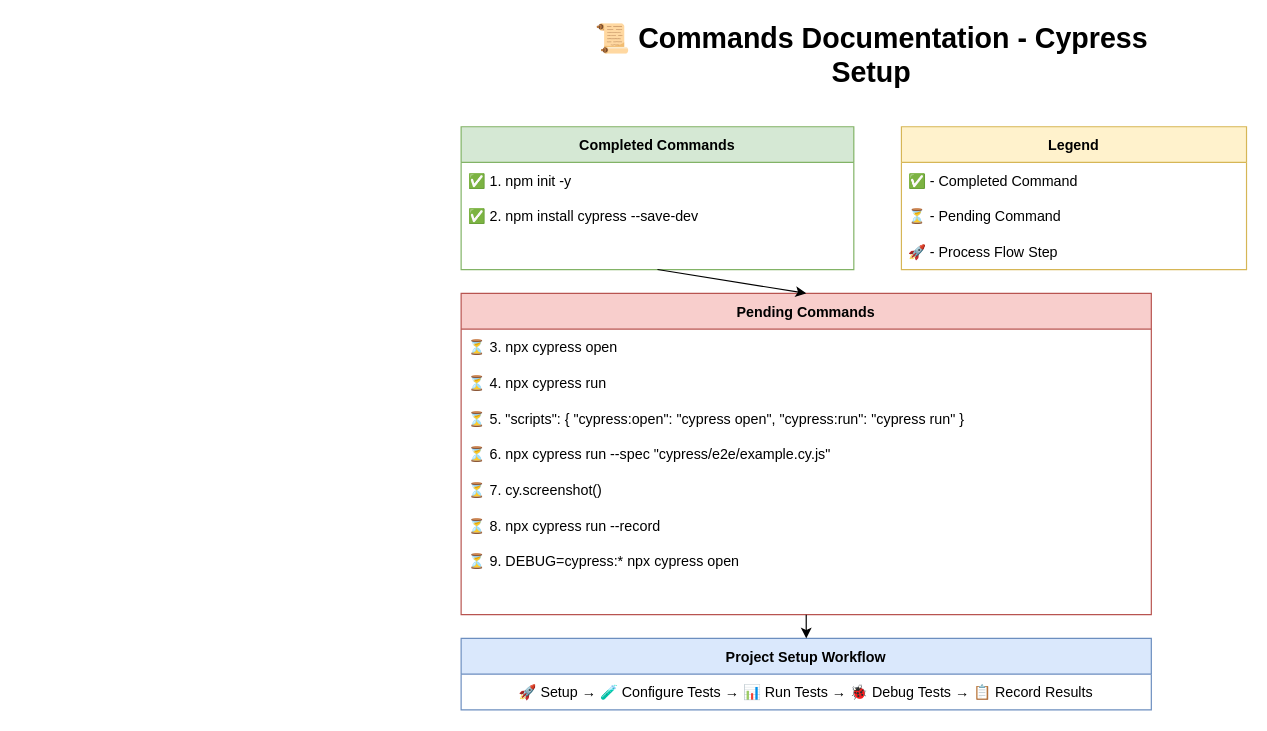
Above: 2_✈️_Journey/2.3.1_journey.drawio in JPHardy/Cypress (draw.io), before the change. Source tidied: cells renumbered, new cells numbered last; positions are measured from the earlier drawing's top-left corner, leaving out a move shared by most shapes. Both pictures are drawn from the tidied source at 119%, with x=0, y=0 at pixel (461, 31).
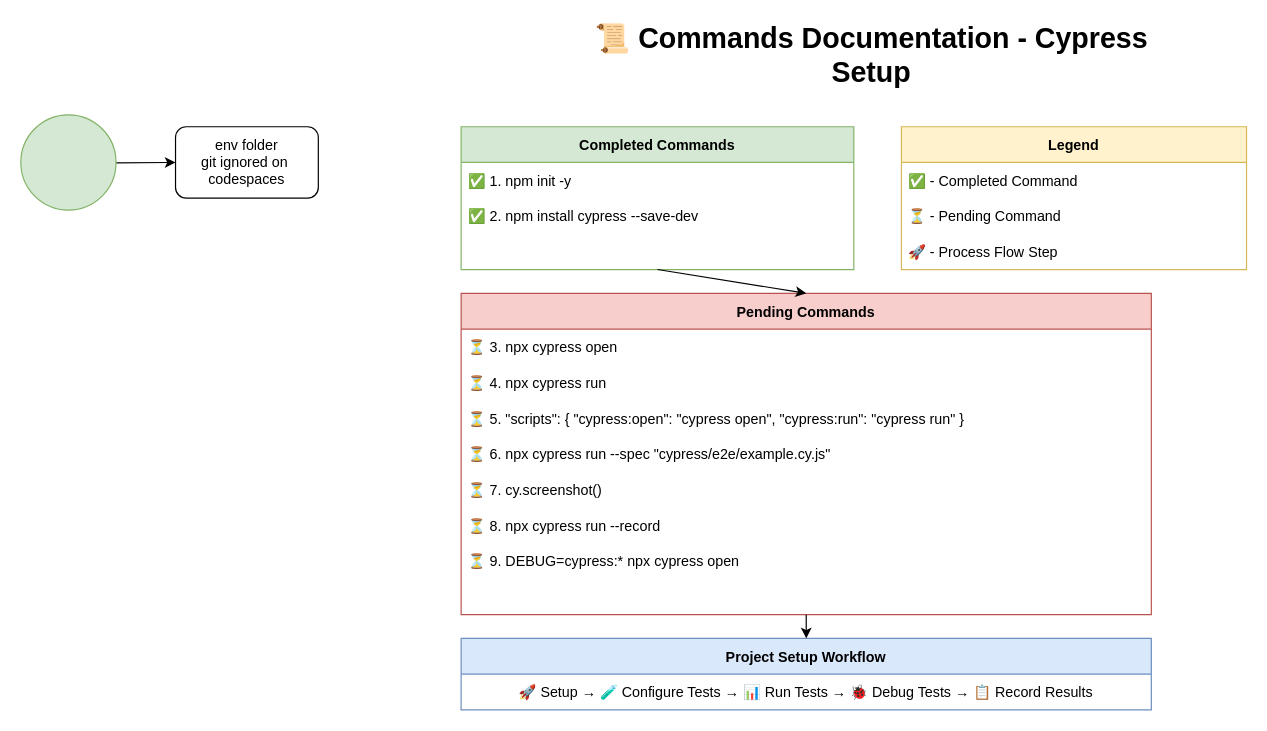
The same page after the edit.

Change to the diagram source:
```diff
@@
+    <mxCell id="22" value="env folder&lt;div&gt;git ignored on&amp;nbsp;&lt;/div&gt;&lt;div&gt;codespaces&lt;/div&gt;" style="rounded=1;whiteSpace=wrap;html=1;" parent="1" vertex="1">
+      <mxGeometry x="-240" y="80" width="120" height="60" as="geometry" />
+    </mxCell>
+    <mxCell id="23" style="edgeStyle=none;html=1;entryX=0;entryY=0.5;entryDx=0;entryDy=0;" parent="1" edge="1" source="24" target="22">
+      <mxGeometry relative="1" as="geometry" />
+    </mxCell>
+    <mxCell id="24" style="ellipse;whiteSpace=wrap;html=1;fillColor=#d5e8d4;strokeColor=#82b366;" parent="1" vertex="1">
+      <mxGeometry x="-370" y="70" width="80" height="80" as="geometry" />
+    </mxCell>
```
